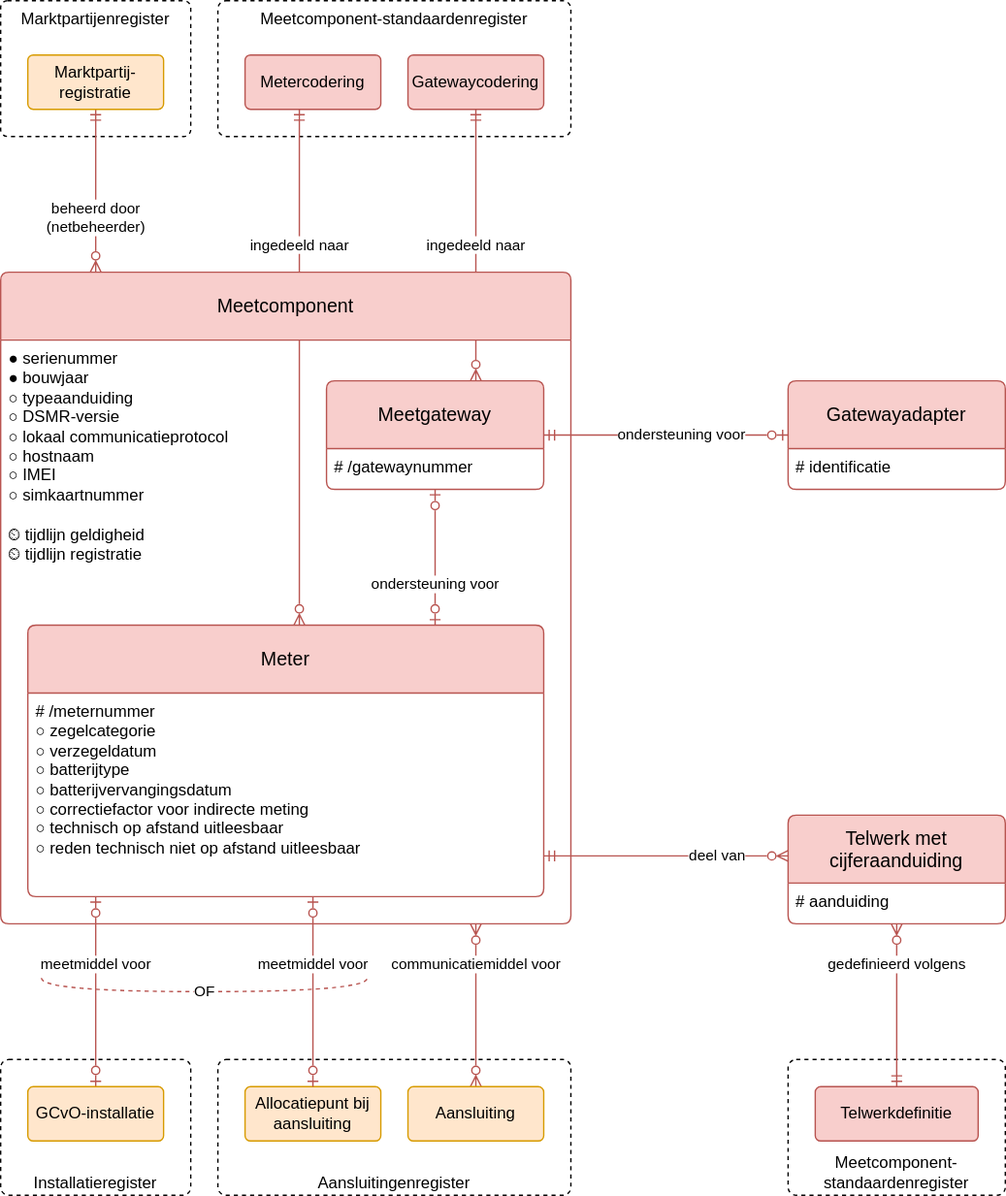
Earlier version of the draw.io export modellen/registers/meetcomponentenregister/1.0.0/model.drawio.svg (sefanja/nbnl-conceptuele-informatiemodellen). Source tidied: cells renumbered, new cells last; positions are measured from the earlier drawing's top-left corner, leaving out a move shared by most shapes.
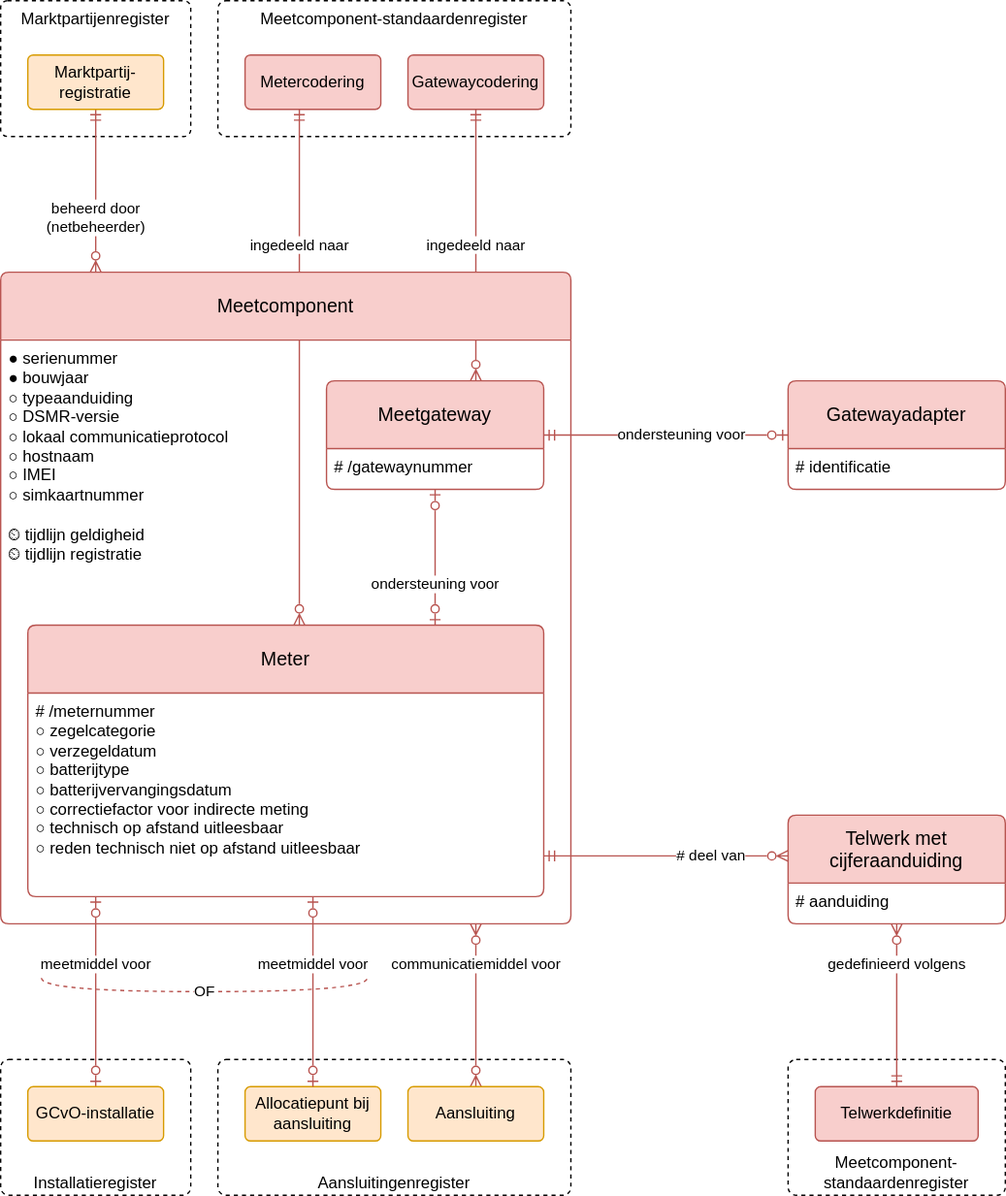
Above is the later version.

Diff of the diagram source:
```diff
@@ -109,7 +109,7 @@
     <mxCell id="33" value="# aanduiding" style="align=left;strokeColor=none;fillColor=none;spacingLeft=4;fontSize=12;verticalAlign=top;fontStyle=0;html=1;" parent="32" vertex="1">
       <mxGeometry y="50" width="160" height="30" as="geometry" />
     </mxCell>
-    <mxCell id="34" value="deel van" style="endArrow=ERmandOne;html=1;rounded=0;startArrow=ERzeroToMany;startFill=0;endFill=0;edgeStyle=elbowEdgeStyle;align=right;fillColor=#f8cecc;strokeColor=#b85450;elbow=vertical;" parent="1" edge="1" source="32" target="10">
+    <mxCell id="34" value="# deel van" style="endArrow=ERmandOne;html=1;rounded=0;startArrow=ERzeroToMany;startFill=0;endFill=0;edgeStyle=elbowEdgeStyle;align=right;fillColor=#f8cecc;strokeColor=#b85450;elbow=vertical;" parent="1" edge="1" source="32" target="10">
       <mxGeometry x="-0.67" relative="1" as="geometry" />
     </mxCell>
   </root>
```
